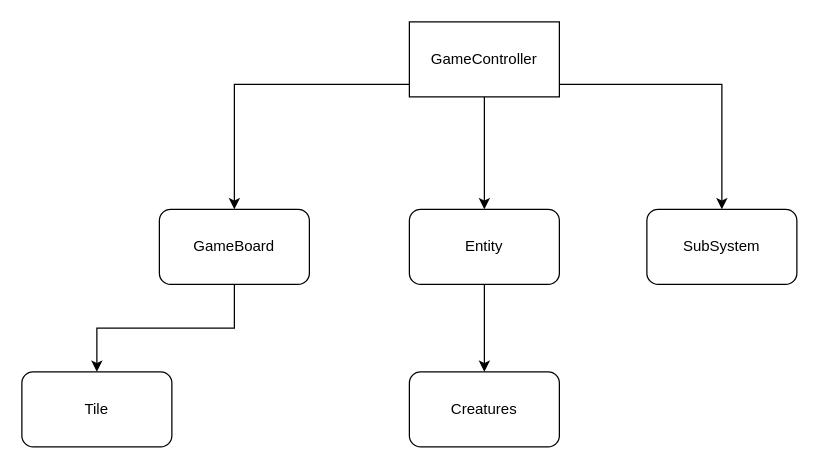
Above: page "NameSpaceOverView" (1 of 2) of Assets/Script/Diagrams/ClassDiagrams/NameSpaceDiagram.drawio in MightyShrimpStudio/TileSystem (draw.io), before the change. Source tidied: cells renumbered, new cells numbered last; positions are measured from the earlier drawing's top-left corner, leaving out a move shared by most shapes. Both pictures are drawn from the tidied source at 125%, with x=0, y=0 at pixel (21, 21).
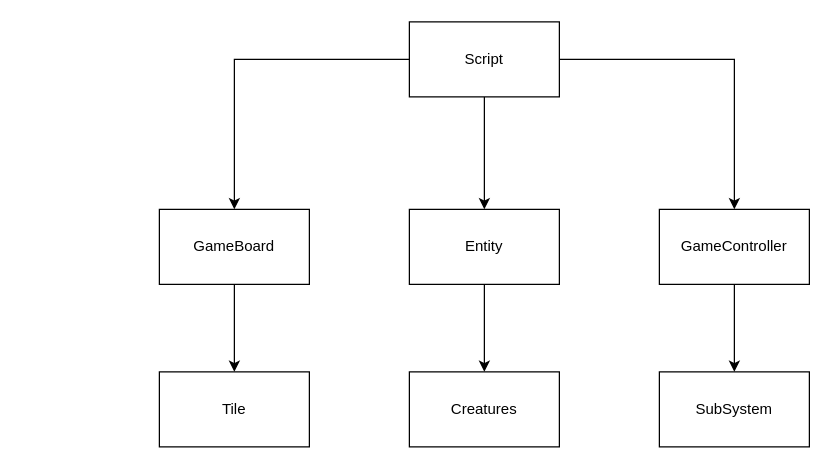
Above is the later version.

What changed in the source:
```diff
@@
     <mxCell id="2" style="edgeStyle=orthogonalEdgeStyle;rounded=0;jettySize=auto;html=1;" parent="1" edge="1" source="5" target="9">
       <mxGeometry relative="1" as="geometry">
         <Array as="points">
-          <mxPoint x="170" y="50" />
+          <mxPoint x="170" y="30" />
         </Array>
       </mxGeometry>
     </mxCell>
@@
-    <mxCell id="4" style="edgeStyle=orthogonalEdgeStyle;rounded=0;jettySize=auto;html=1;" parent="1" edge="1" source="5" target="12">
-      <mxGeometry relative="1" as="geometry">
-        <Array as="points">
-          <mxPoint x="560" y="50" />
-        </Array>
-      </mxGeometry>
-    </mxCell>
+    <mxCell id="13" style="edgeStyle=orthogonalEdgeStyle;rounded=0;jettySize=auto;html=1;" parent="1" edge="1" source="5" target="15">
+      <mxGeometry relative="1" as="geometry">
+        <Array as="points">
+          <mxPoint x="570" y="30" />
+        </Array>
+      </mxGeometry>
+    </mxCell>
-    <mxCell id="5" value="&lt;div&gt;GameController&lt;/div&gt;" style="rounded=0;whiteSpace=wrap;html=1;" parent="1" vertex="1">
+    <mxCell id="5" value="Script" style="rounded=0;whiteSpace=wrap;html=1;" parent="1" vertex="1">
       <mxGeometry x="310" width="120" height="60" as="geometry" />
     </mxCell>
@@
-    <mxCell id="7" value="&lt;div&gt;Entity&lt;/div&gt;" style="rounded=1;whiteSpace=wrap;html=1;" parent="1" vertex="1">
+    <mxCell id="7" value="&lt;div&gt;Entity&lt;/div&gt;" style="rounded=0;whiteSpace=wrap;html=1;" parent="1" vertex="1">
       <mxGeometry x="310" y="150" width="120" height="60" as="geometry" />
     </mxCell>
@@
-    <mxCell id="9" value="&lt;div&gt;GameBoard&lt;/div&gt;" style="rounded=1;whiteSpace=wrap;html=1;" parent="1" vertex="1">
+    <mxCell id="9" value="&lt;div&gt;GameBoard&lt;/div&gt;" style="rounded=0;whiteSpace=wrap;html=1;sketch=0;" parent="1" vertex="1">
       <mxGeometry x="110" y="150" width="120" height="60" as="geometry" />
     </mxCell>
-    <mxCell id="10" value="&lt;div&gt;Creatures&lt;/div&gt;" style="rounded=1;whiteSpace=wrap;html=1;" parent="1" vertex="1">
+    <mxCell id="10" value="&lt;div&gt;Creatures&lt;/div&gt;" style="rounded=0;whiteSpace=wrap;html=1;" parent="1" vertex="1">
       <mxGeometry x="310" y="280" width="120" height="60" as="geometry" />
     </mxCell>
-    <mxCell id="11" value="Tile" style="rounded=1;whiteSpace=wrap;html=1;" parent="1" vertex="1">
-      <mxGeometry y="280" width="120" height="60" as="geometry" />
+    <mxCell id="11" value="Tile" style="rounded=0;whiteSpace=wrap;html=1;" parent="1" vertex="1">
+      <mxGeometry x="110" y="280" width="120" height="60" as="geometry" />
     </mxCell>
-    <mxCell id="12" value="&lt;div&gt;SubSystem&lt;/div&gt;" style="rounded=1;whiteSpace=wrap;html=1;" parent="1" vertex="1">
-      <mxGeometry x="500" y="150" width="120" height="60" as="geometry" />
+    <mxCell id="12" value="&lt;div&gt;SubSystem&lt;/div&gt;" style="rounded=0;whiteSpace=wrap;html=1;" parent="1" vertex="1">
+      <mxGeometry x="510" y="280" width="120" height="60" as="geometry" />
     </mxCell>
+    <mxCell id="14" style="edgeStyle=orthogonalEdgeStyle;rounded=0;jettySize=auto;html=1;" parent="1" edge="1" source="15" target="12">
+      <mxGeometry relative="1" as="geometry" />
+    </mxCell>
+    <mxCell id="15" value="GameController" style="rounded=0;whiteSpace=wrap;html=1;sketch=0;" parent="1" vertex="1">
+      <mxGeometry x="510" y="150" width="120" height="60" as="geometry" />
+    </mxCell>
```
